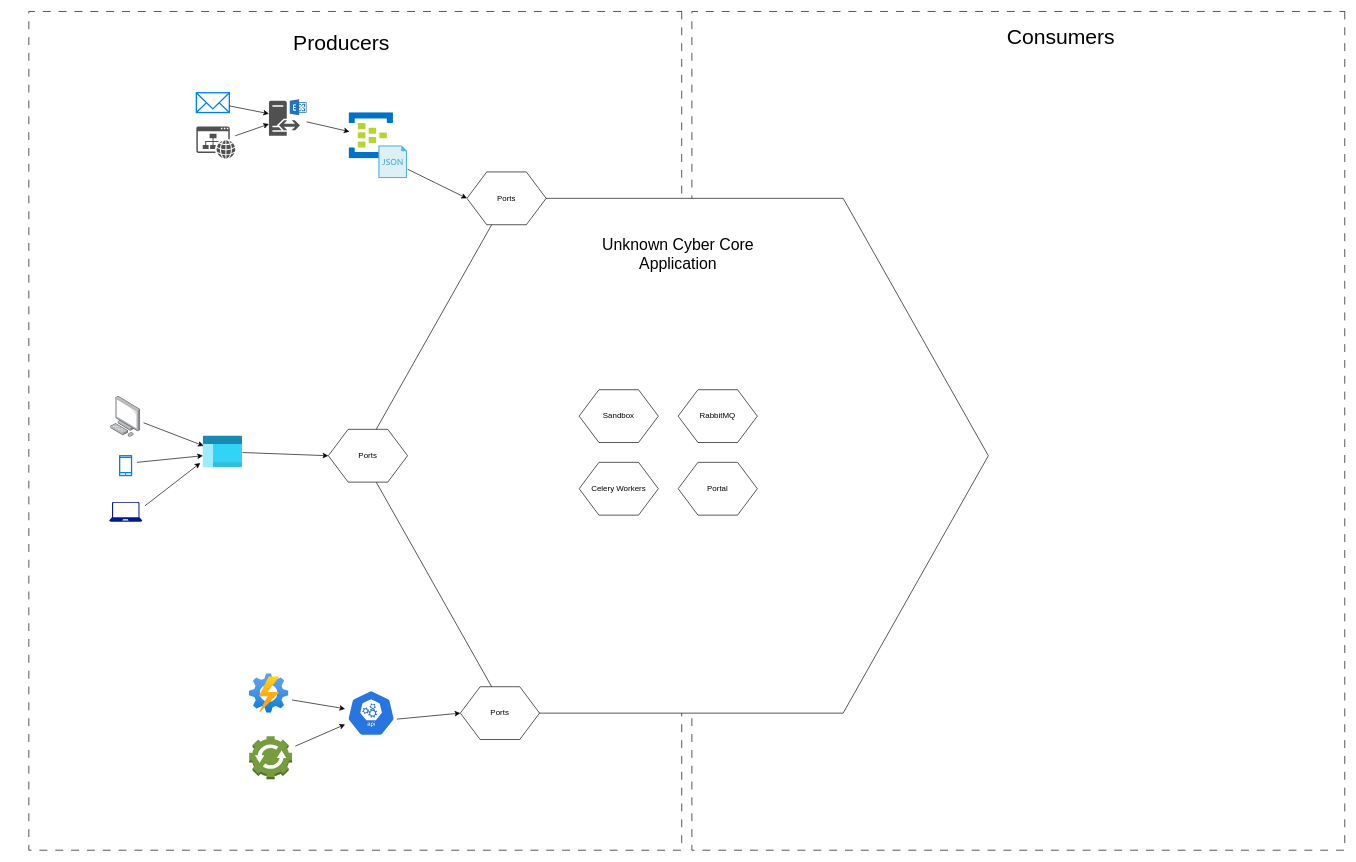
Earlier version of the draw.io diagram UnknownCyber-Hexagon.drawio (Unknown-Cyber-Inc/Docs). Source tidied: cells renumbered, new cells numbered last; positions are measured from the earlier drawing's top-left corner, leaving out a move shared by most shapes. Both pictures are drawn from the tidied source at 66%, with x=0, y=0 at pixel (-65, 26).
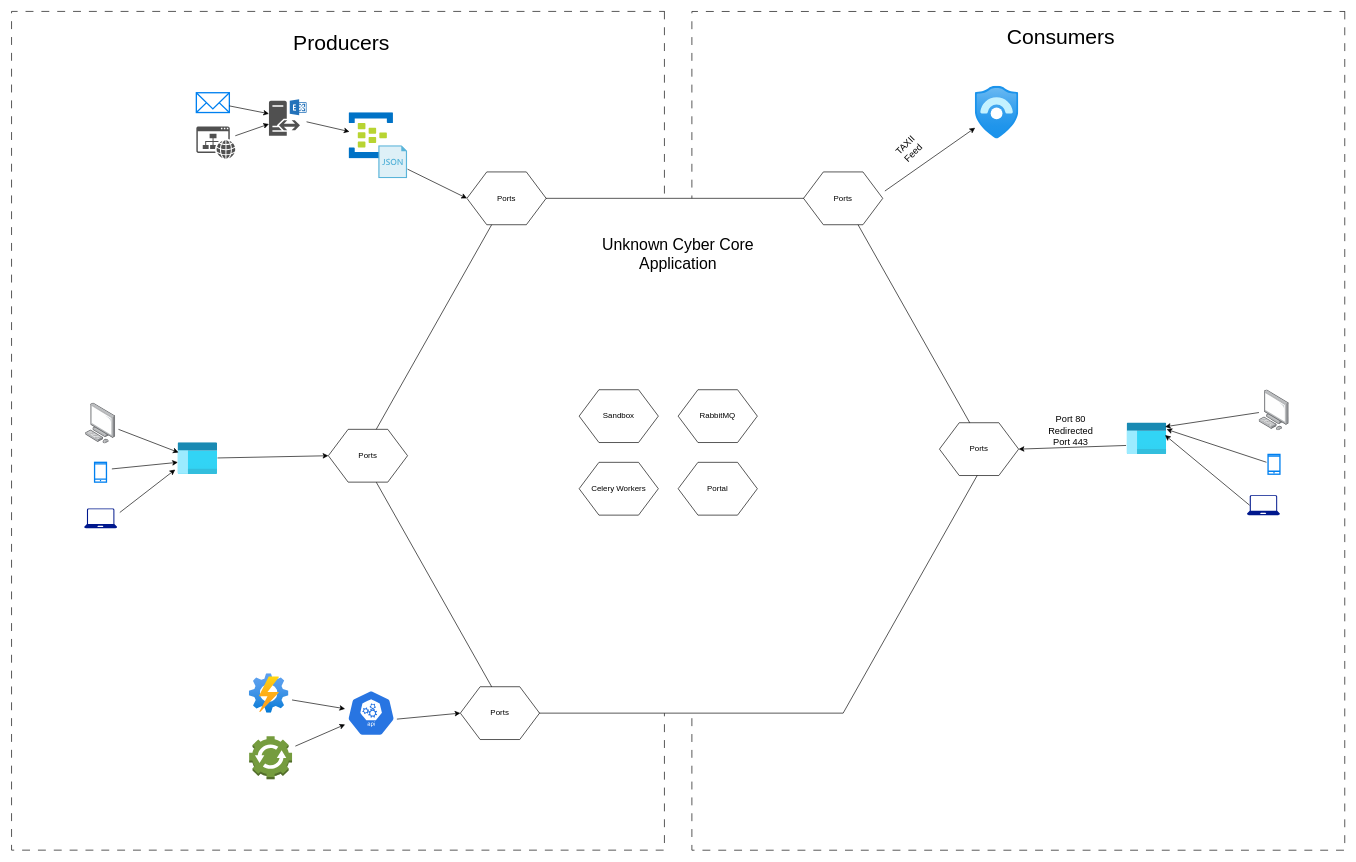
The same diagram, later.

What changed in the source:
```diff
@@
     <mxCell id="3" style="rounded=0;whiteSpace=wrap;html=1;rotation=90;dashed=1;dashPattern=12 12;fillColor=none;" parent="1" vertex="1">
-      <mxGeometry x="0.4" y="117.7" width="1270.8" height="989.2" as="geometry" />
+      <mxGeometry x="-25.8" y="117.6" width="1270.8" height="989.2" as="geometry" />
     </mxCell>
@@
     <mxCell id="14" style="image;html=1;points=[];align=center;fontSize=12;image=img/lib/azure2/general/Management_Portal.svg;" parent="1" vertex="1">
-      <mxGeometry x="405" y="620" width="60" height="48" as="geometry" />
+      <mxGeometry x="367" y="630" width="60" height="48" as="geometry" />
     </mxCell>
@@
     <mxCell id="16" style="image;html=1;align=center;shadow=0;dashed=0;image=img/lib/allied_telesis/computer_and_terminals/Personal_Computer.svg;" parent="1" vertex="1">
-      <mxGeometry x="265" y="560" width="45.6" height="61.8" as="geometry" />
+      <mxGeometry x="227" y="570" width="45.6" height="61.8" as="geometry" />
     </mxCell>
     <mxCell id="17" style="html=1;verticalLabelPosition=bottom;align=center;labelBackgroundColor=#ffffff;verticalAlign=top;strokeWidth=2;strokeColor=#0080F0;shadow=0;dashed=0;shape=mxgraph.ios7.icons.smartphone;" parent="1" vertex="1">
-      <mxGeometry x="278.8" y="650" width="18" height="30" as="geometry" />
+      <mxGeometry x="240.8" y="660" width="18" height="30" as="geometry" />
     </mxCell>
     <mxCell id="18" style="sketch=0;shadow=0;dashed=0;html=1;strokeColor=none;labelPosition=center;verticalLabelPosition=bottom;verticalAlign=top;align=center;fillColor=#00188D;shape=mxgraph.azure.laptop;" parent="1" vertex="1">
-      <mxGeometry x="263" y="720" width="50" height="30" as="geometry" />
+      <mxGeometry x="225" y="730" width="50" height="30" as="geometry" />
     </mxCell>
     <mxCell id="19" style="endArrow=classic;html=1;rounded=0;entryX=0.017;entryY=0.313;entryDx=0;entryDy=0;entryPerimeter=0;" parent="1" edge="1" target="14">
       <mxGeometry relative="1" as="geometry">
-        <mxPoint x="315" y="600" as="sourcePoint" />
+        <mxPoint x="277" y="610" as="sourcePoint" />
       </mxGeometry>
     </mxCell>
     <mxCell id="20" style="endArrow=classic;html=1;rounded=0;" parent="1" edge="1">
       <mxGeometry relative="1" as="geometry">
-        <mxPoint x="305" y="660" as="sourcePoint" />
-        <mxPoint x="405" y="650" as="targetPoint" />
+        <mxPoint x="267" y="670" as="sourcePoint" />
+        <mxPoint x="367" y="660" as="targetPoint" />
       </mxGeometry>
     </mxCell>
@@
+    <mxCell id="38" value="Ports" style="shape=hexagon;perimeter=hexagonPerimeter2;whiteSpace=wrap;html=1;fixedSize=1;size=30;" parent="1" vertex="1">
+      <mxGeometry x="1315" y="220" width="120" height="80" as="geometry" />
+    </mxCell>
+    <mxCell id="39" style="image;html=1;points=[];align=center;fontSize=12;image=img/lib/azure2/security/Azure_Sentinel.svg;" parent="1" vertex="1">
+      <mxGeometry x="1575" y="90" width="65.9" height="80" as="geometry" />
+    </mxCell>
+    <mxCell id="40" style="endArrow=classic;html=1;rounded=0;exitX=1.027;exitY=0.362;exitDx=0;exitDy=0;exitPerimeter=0;" parent="1" edge="1" source="38" target="39">
+      <mxGeometry relative="1" as="geometry" />
+    </mxCell>
+    <mxCell id="41" value="&lt;font style=&quot;font-size: 14px;&quot;&gt;TAXII Feed&lt;/font&gt;" style="text;html=1;strokeColor=none;fillColor=none;align=center;verticalAlign=middle;whiteSpace=wrap;rounded=0;rotation=-45;" parent="1" vertex="1">
+      <mxGeometry x="1445" y="170" width="60" height="30" as="geometry" />
+    </mxCell>
+    <mxCell id="42" style="image;html=1;points=[];align=center;fontSize=12;image=img/lib/azure2/general/Management_Portal.svg;" parent="1" vertex="1">
+      <mxGeometry x="1805" y="600" width="60" height="48" as="geometry" />
+    </mxCell>
+    <mxCell id="43" style="image;points=[];html=1;align=center;shadow=0;dashed=0;image=img/lib/allied_telesis/computer_and_terminals/Personal_Computer.svg;" parent="1" vertex="1">
+      <mxGeometry x="2005" y="550.2" width="45.6" height="61.8" as="geometry" />
+    </mxCell>
+    <mxCell id="44" style="html=1;verticalLabelPosition=bottom;align=center;labelBackgroundColor=#ffffff;verticalAlign=top;strokeWidth=2;strokeColor=#0080F0;shadow=0;dashed=0;shape=mxgraph.ios7.icons.smartphone;" parent="1" vertex="1">
+      <mxGeometry x="2018.8" y="648" width="18" height="30" as="geometry" />
+    </mxCell>
+    <mxCell id="45" style="sketch=0;shadow=0;dashed=0;html=1;strokeColor=none;labelPosition=center;verticalLabelPosition=bottom;verticalAlign=top;align=center;fillColor=#00188D;shape=mxgraph.azure.laptop;" parent="1" vertex="1">
+      <mxGeometry x="1986.8" y="710" width="50" height="30" as="geometry" />
+    </mxCell>
+    <mxCell id="46" style="endArrow=classic;html=1;rounded=0;entryX=0.962;entryY=0.127;entryDx=0;entryDy=0;entryPerimeter=0;" parent="1" edge="1" source="43" target="42">
+      <mxGeometry relative="1" as="geometry" />
+    </mxCell>
+    <mxCell id="47" style="endArrow=classic;html=1;rounded=0;exitX=-0.135;exitY=0.397;exitDx=0;exitDy=0;exitPerimeter=0;" parent="1" edge="1" source="44">
+      <mxGeometry relative="1" as="geometry">
+        <mxPoint x="1865" y="610" as="targetPoint" />
+      </mxGeometry>
+    </mxCell>
+    <mxCell id="48" style="endArrow=classic;html=1;rounded=0;entryX=0.962;entryY=0.392;entryDx=0;entryDy=0;entryPerimeter=0;exitX=0.08;exitY=0.5;exitDx=0;exitDy=0;exitPerimeter=0;" parent="1" edge="1" source="45" target="42">
+      <mxGeometry relative="1" as="geometry" />
+    </mxCell>
+    <mxCell id="49" value="Ports" style="shape=hexagon;perimeter=hexagonPerimeter2;whiteSpace=wrap;html=1;fixedSize=1;size=30;" parent="1" vertex="1">
+      <mxGeometry x="1520.9" y="600" width="120" height="80" as="geometry" />
+    </mxCell>
+    <mxCell id="50" style="endArrow=classic;html=1;rounded=0;exitX=-0.023;exitY=0.718;exitDx=0;exitDy=0;entryX=1;entryY=0.5;entryDx=0;entryDy=0;exitPerimeter=0;" parent="1" edge="1" source="42" target="49">
+      <mxGeometry relative="1" as="geometry" />
+    </mxCell>
+    <mxCell id="51" value="&lt;font style=&quot;font-size: 14px;&quot;&gt;Port 80 Redirected&lt;br&gt;Port 443&lt;/font&gt;" style="text;html=1;strokeColor=none;fillColor=none;align=center;verticalAlign=middle;whiteSpace=wrap;rounded=0;" parent="1" vertex="1">
+      <mxGeometry x="1665" y="597.3" width="110" height="30" as="geometry" />
+    </mxCell>
```
